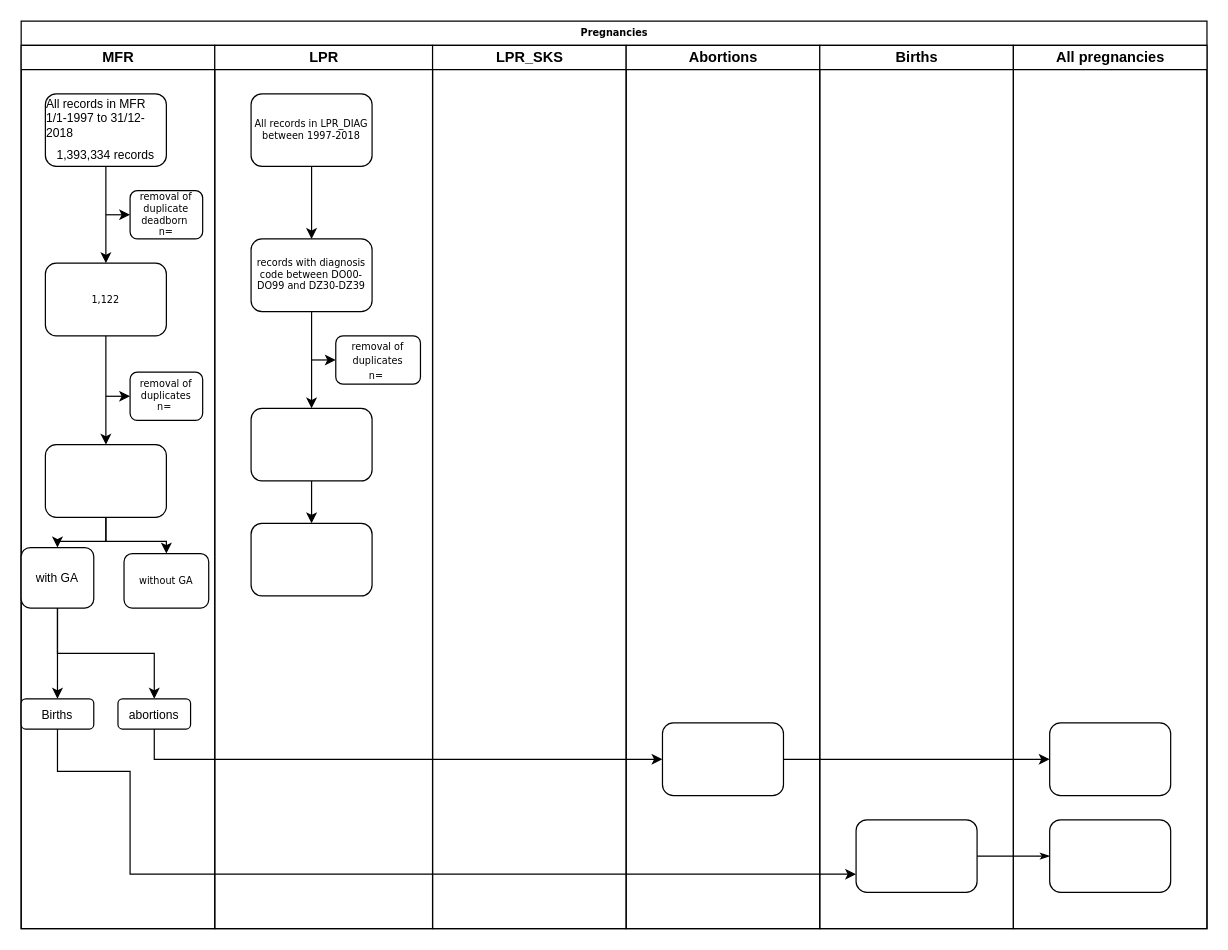
Earlier version of the draw.io diagram Unavngivet diagram.drawio (Julieven/flowchart). Source tidied: cells renumbered, new cells numbered last; positions are measured from the earlier drawing's top-left corner, leaving out a move shared by most shapes. Both pictures are drawn from the tidied source at 121%, with x=0, y=0 at pixel (21, 21).
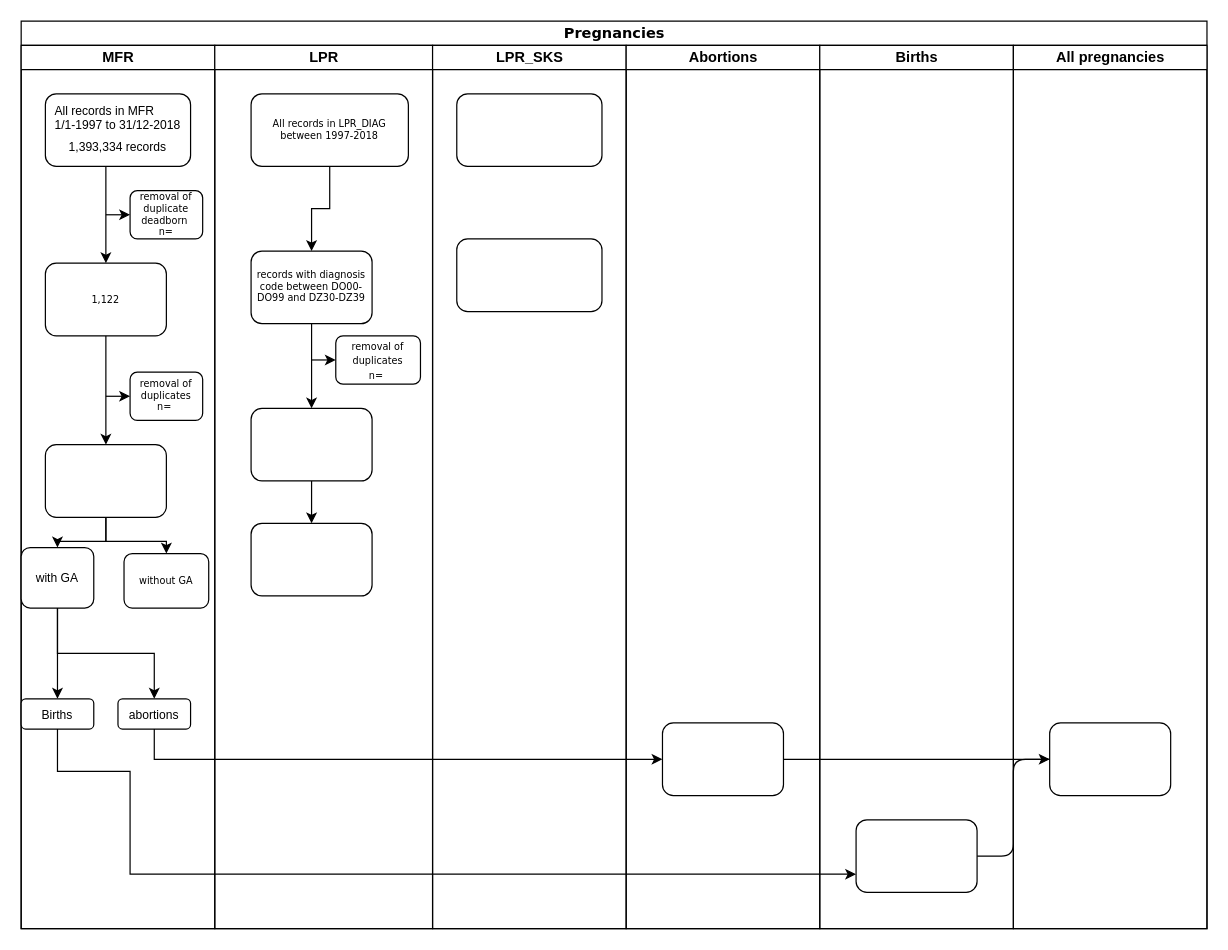
The same page after the edit.

Commit message:
Opdater identified pregnancies.drawio

The change refers to these unchanged cells:
```xml
<mxCell id="3" value="MFR" style="swimlane;html=1;startSize=20;" parent="2" vertex="1">
  <mxGeometry y="20" width="160" height="730" as="geometry" />
</mxCell>
<mxCell id="22" value="LPR" style="swimlane;html=1;startSize=20;" parent="2" vertex="1">
  <mxGeometry x="160" y="20" width="180" height="730" as="geometry" />
</mxCell>
<mxCell id="31" value="LPR_SKS" style="swimlane;html=1;startSize=20;" parent="2" vertex="1">
  <mxGeometry x="340" y="20" width="160" height="730" as="geometry" />
</mxCell>
<mxCell id="35" style="rounded=1;whiteSpace=wrap;html=1;shadow=0;labelBackgroundColor=none;strokeWidth=1;fontFamily=Verdana;fontSize=8;align=center;" parent="34" vertex="1">
  <mxGeometry x="30" y="640" width="100" height="60" as="geometry" />
</mxCell>
<mxCell id="36" value="All pregnancies" style="swimlane;html=1;startSize=20;" parent="2" vertex="1">
  <mxGeometry x="820" y="20" width="160" height="730" as="geometry" />
</mxCell>
<mxCell id="38" style="rounded=1;whiteSpace=wrap;html=1;shadow=0;labelBackgroundColor=none;strokeWidth=1;fontFamily=Verdana;fontSize=8;align=center;" parent="36" vertex="1">
  <mxGeometry x="30" y="560" width="100" height="60" as="geometry" />
</mxCell>
```

Diff of the diagram source:
```diff
@@
-    <mxCell id="2" value="Pregnancies" style="swimlane;html=1;startSize=20;rounded=0;shadow=0;labelBackgroundColor=none;strokeWidth=1;fontFamily=Verdana;fontSize=8;align=center;" parent="1" vertex="1">
+    <mxCell id="2" value="&lt;font style=&quot;font-size: 12px;&quot;&gt;Pregnancies&lt;/font&gt;" style="swimlane;html=1;startSize=20;rounded=0;shadow=0;labelBackgroundColor=none;strokeWidth=1;fontFamily=Verdana;fontSize=8;align=center;" parent="1" vertex="1">
       <mxGeometry width="980" height="750" as="geometry" />
     </mxCell>
@@
     <mxCell id="5" value="&lt;p style=&quot;margin: 0cm; font-family: Calibri, sans-serif; text-align: start; font-size: 10px;&quot; class=&quot;MsoNormal&quot;&gt;&lt;span style=&quot;&quot; lang=&quot;EN-GB&quot;&gt;&lt;font style=&quot;font-size: 10px;&quot;&gt;All records in MFR&lt;/font&gt;&lt;/span&gt;&lt;/p&gt;&lt;p style=&quot;margin: 0cm; font-family: Calibri, sans-serif; text-align: start; font-size: 10px;&quot; class=&quot;MsoNormal&quot;&gt;&lt;span style=&quot;&quot; lang=&quot;EN-GB&quot;&gt;&lt;font style=&quot;font-size: 10px;&quot;&gt;1/1-1997 to 31/12-2018&lt;/font&gt;&lt;/span&gt;&lt;/p&gt;&lt;span style=&quot;text-align: start; font-family: Calibri, sans-serif; font-size: 10px;&quot; lang=&quot;EN-GB&quot;&gt;&lt;font style=&quot;font-size: 10px;&quot;&gt;1,393,334 records&lt;/font&gt;&lt;/span&gt;&lt;span style=&quot;font-size: medium; text-align: start;&quot;&gt;&lt;/span&gt;" style="rounded=1;whiteSpace=wrap;html=1;shadow=0;labelBackgroundColor=none;strokeWidth=1;fontFamily=Verdana;fontSize=8;align=center;" parent="3" vertex="1">
-      <mxGeometry x="20" y="40" width="100" height="60" as="geometry" />
+      <mxGeometry x="20" y="40" width="120" height="60" as="geometry" />
     </mxCell>
@@
-    <mxCell id="21" style="edgeStyle=orthogonalEdgeStyle;rounded=1;html=1;labelBackgroundColor=none;startArrow=none;startFill=0;startSize=5;endArrow=classicThin;endFill=1;endSize=5;jettySize=auto;strokeWidth=1;fontFamily=Verdana;fontSize=8;" parent="2" edge="1" source="35" target="37">
+    <mxCell id="21" style="edgeStyle=orthogonalEdgeStyle;rounded=1;html=1;labelBackgroundColor=none;startArrow=none;startFill=0;startSize=5;endArrow=classicThin;endFill=1;endSize=5;jettySize=auto;strokeWidth=1;fontFamily=Verdana;fontSize=8;entryX=0;entryY=0.5;entryDx=0;entryDy=0;" parent="2" edge="1" source="35" target="38">
       <mxGeometry relative="1" as="geometry" />
     </mxCell>
@@
     <mxCell id="24" value="All records in LPR_DIAG between 1997-2018" style="rounded=1;whiteSpace=wrap;html=1;shadow=0;labelBackgroundColor=none;strokeWidth=1;fontFamily=Verdana;fontSize=8;align=center;" parent="22" vertex="1">
-      <mxGeometry x="30" y="40" width="100" height="60" as="geometry" />
+      <mxGeometry x="30" y="40" width="130" height="60" as="geometry" />
     </mxCell>
@@
     <mxCell id="26" value="records with diagnosis code between DO00-DO99 and DZ30-DZ39" style="rounded=1;whiteSpace=wrap;html=1;shadow=0;labelBackgroundColor=none;strokeWidth=1;fontFamily=Verdana;fontSize=8;align=center;" parent="22" vertex="1">
-      <mxGeometry x="30" y="160" width="100" height="60" as="geometry" />
+      <mxGeometry x="30" y="170" width="100" height="60" as="geometry" />
     </mxCell>
@@
+    <mxCell id="43" style="rounded=1;whiteSpace=wrap;html=1;fontSize=12;" parent="31" vertex="1">
+      <mxGeometry x="20" y="40" width="120" height="60" as="geometry" />
+    </mxCell>
+    <mxCell id="44" style="rounded=1;whiteSpace=wrap;html=1;fontSize=12;" parent="31" vertex="1">
+      <mxGeometry x="20" y="160" width="120" height="60" as="geometry" />
+    </mxCell>
@@
-    <mxCell id="37" style="rounded=1;whiteSpace=wrap;html=1;shadow=0;labelBackgroundColor=none;strokeWidth=1;fontFamily=Verdana;fontSize=8;align=center;" parent="36" vertex="1">
-      <mxGeometry x="30" y="640" width="100" height="60" as="geometry" />
-    </mxCell>
```
